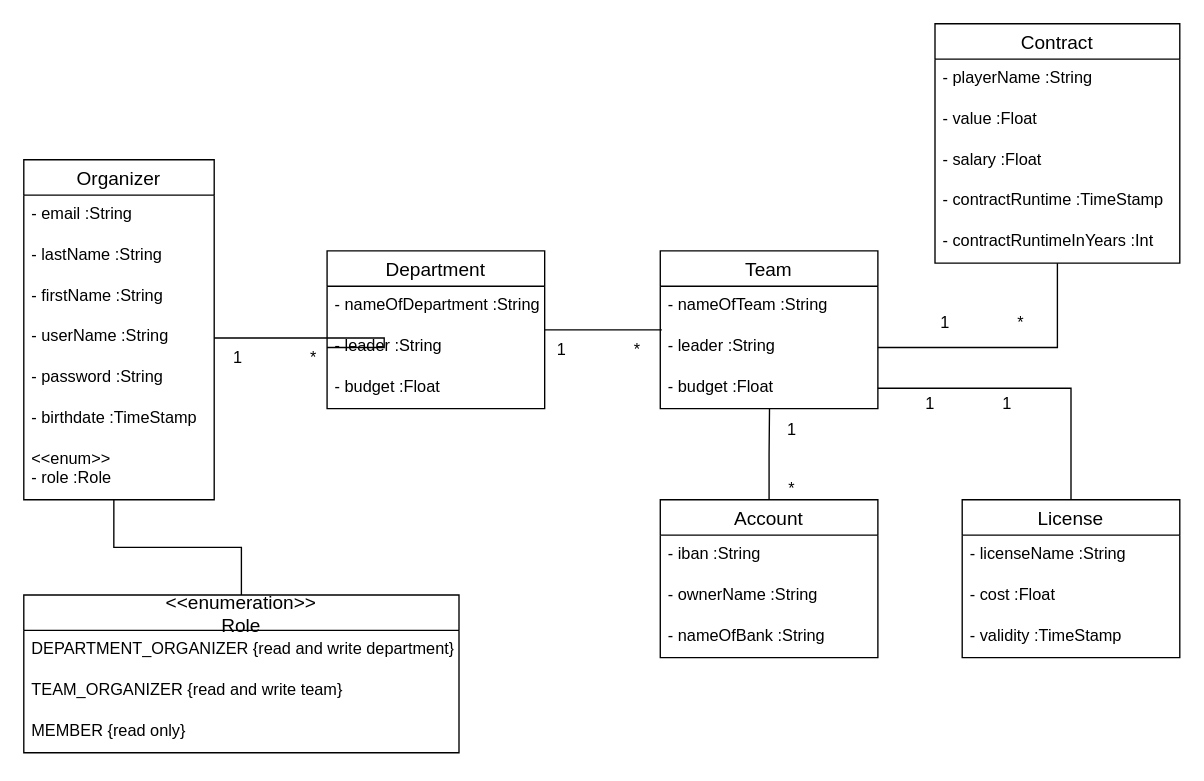
Earlier version of the draw.io diagram Documentation/Diagrams/domain_types.drawio (MJ7898/VereinsfinanzManager). Source tidied: cells renumbered, new cells numbered last; positions are measured from the earlier drawing's top-left corner, leaving out a move shared by most shapes. Both pictures are drawn from the tidied source at 136%, with x=0, y=0 at pixel (23, 23).
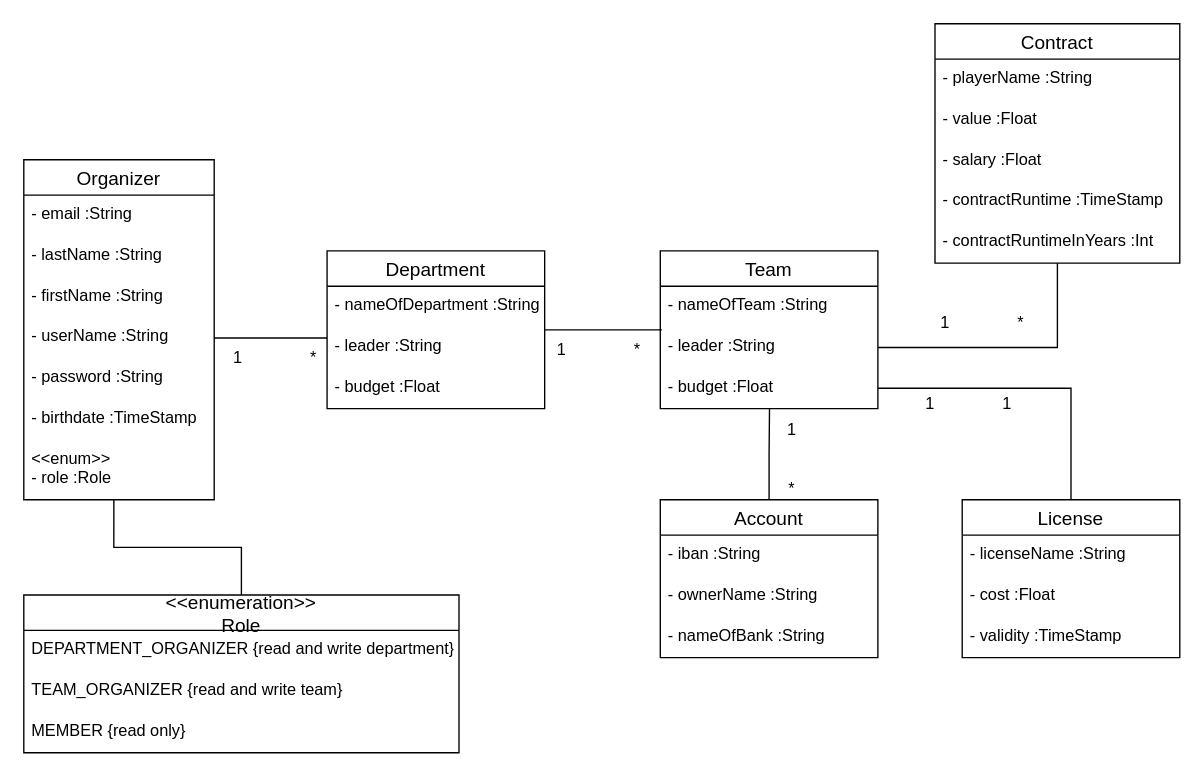
The same diagram, later.

Commit message:
fixed domain_types diagram

Unchanged cells that the change refers to:
```xml
<mxCell id="6" value="- userName :String" style="text;strokeColor=none;fillColor=none;spacingLeft=4;spacingRight=4;overflow=hidden;points=[[0,0.5],[1,0.5]];portConstraint=eastwest;fontSize=12;" parent="2" vertex="1">
  <mxGeometry y="116" width="140" height="30" as="geometry" />
</mxCell>
<mxCell id="13" value="- leader :String" style="text;strokeColor=none;fillColor=none;spacingLeft=4;spacingRight=4;overflow=hidden;points=[[0,0.5],[1,0.5]];portConstraint=eastwest;fontSize=12;" parent="11" vertex="1">
  <mxGeometry y="56" width="160" height="30" as="geometry" />
</mxCell>
```

The edit, as a diff of the source:
```diff
@@
-    <mxCell id="41" style="edgeStyle=orthogonalEdgeStyle;rounded=0;jettySize=auto;html=1;endArrow=none;endFill=0;entryX=0;entryY=0.5;entryDx=0;entryDy=0;" parent="1" edge="1" source="6" target="13">
+    <mxCell id="41" style="edgeStyle=orthogonalEdgeStyle;rounded=0;jettySize=auto;html=1;endArrow=none;endFill=0;" parent="1" edge="1" source="6">
       <mxGeometry relative="1" as="geometry">
+        <mxPoint x="223" y="231" as="targetPoint" />
         <Array as="points">
-          <mxPoint x="265" y="231" />
+          <mxPoint x="223" y="231" />
         </Array>
       </mxGeometry>
     </mxCell>
```
